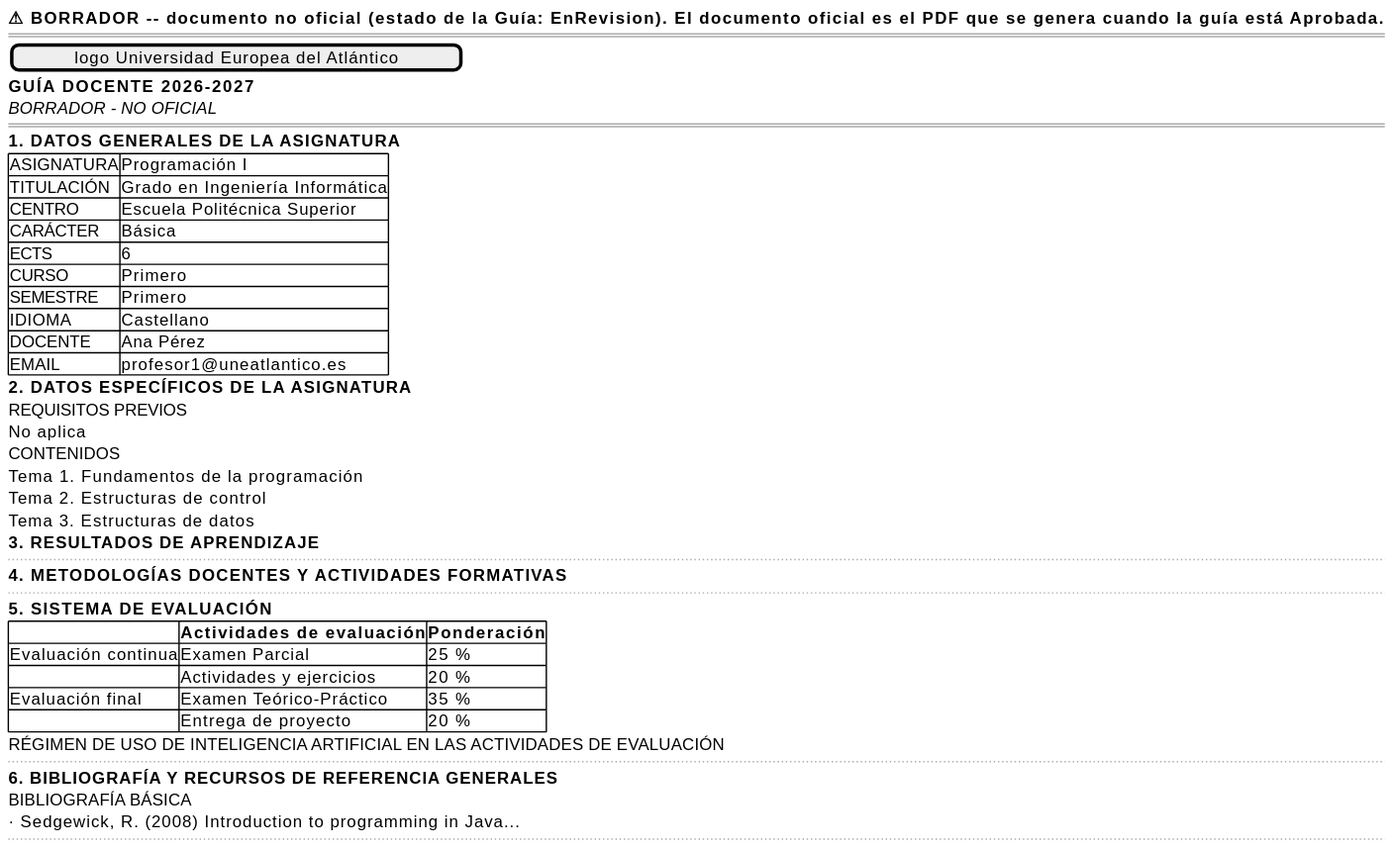
Before: images/RUP/01-requisitos/03-detalle-casos-uso/previsualizarGuia/wireframe-borrador.svg, a diagram exported from PlantUML (mmasias/pyCeldaPublico).
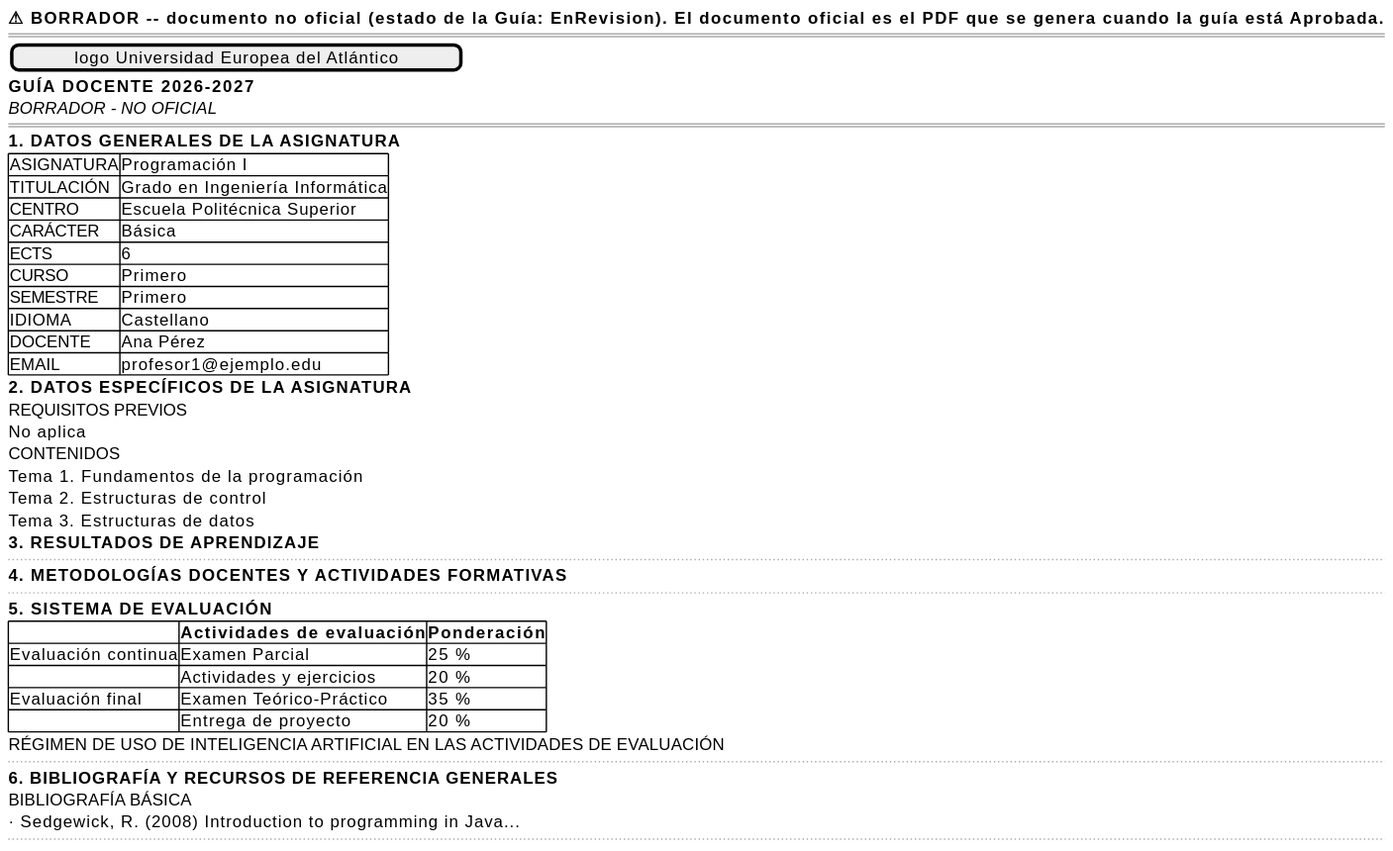
After the change.

Diff of the diagram source:
```diff
@@ -17,7 +17,7 @@
         SEMESTRE | Primero
         IDIOMA | Castellano
         DOCENTE | Ana Pérez
-        EMAIL | profesor1@uneatlantico.es
+        EMAIL | profesor1@ejemplo.edu
     }
     <b>2. DATOS ESPECÍFICOS DE LA ASIGNATURA</b>
     REQUISITOS PREVIOS
```
